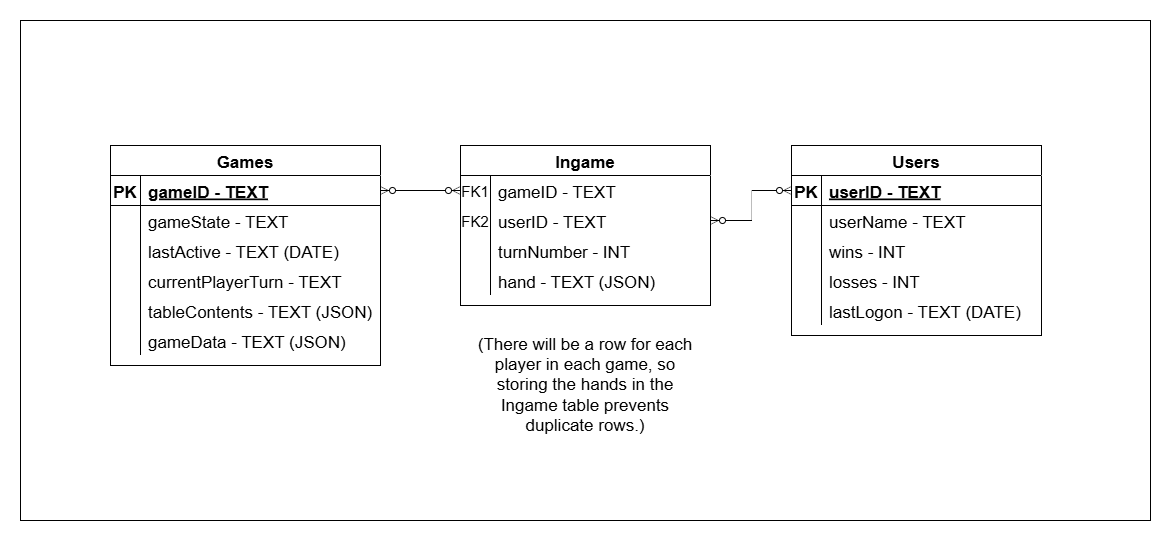
This is ER_Diagram_Preliminary.png from wiz-rd/Rummikub, a draw.io export, as it was before one commit. Source tidied: cells renumbered, new cells last; positions are measured from the earlier drawing's top-left corner, leaving out a move shared by most shapes.
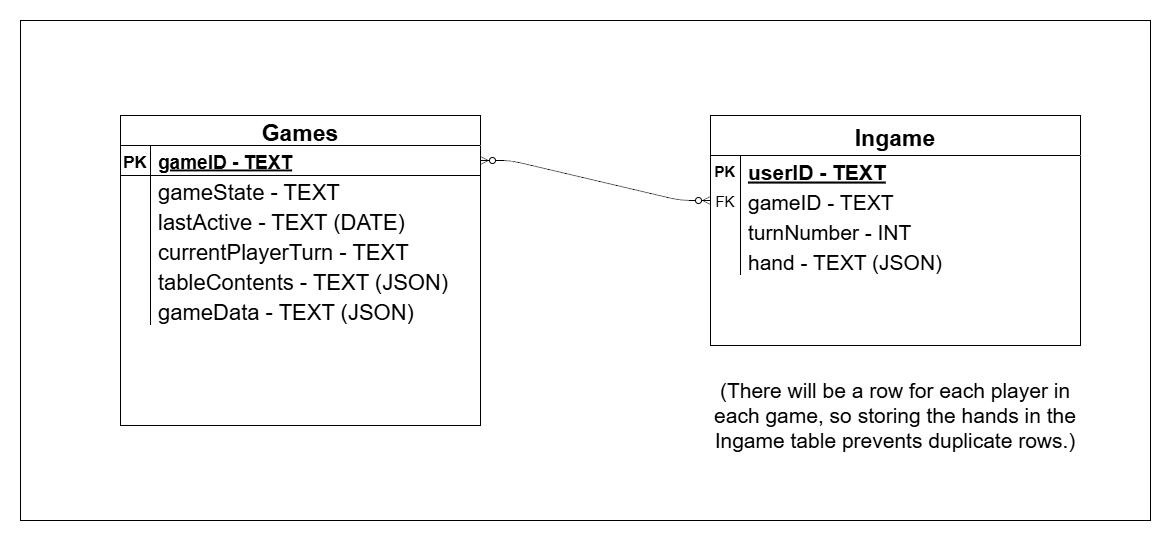
Above is the later version.

Diff of the diagram source:
```diff
@@ -8,155 +8,104 @@
     <mxCell id="3" style="edgeStyle=entityRelationEdgeStyle;endArrow=ERzeroToMany;startArrow=ERzeroToMany;endFill=1;startFill=0;fontSize=17;" parent="1" edge="1" source="34" target="5">
       <mxGeometry relative="1" as="geometry" />
     </mxCell>
-    <mxCell id="4" value="Ingame" style="shape=table;startSize=30;rowLines=0;fontStyle=1;align=center;fontSize=17;" parent="1" vertex="1">
-      <mxGeometry x="440" y="125" width="250" height="160" as="geometry" />
+    <mxCell id="4" value="Ingame" style="shape=table;startSize=40;rowLines=0;fontStyle=1;align=center;fontSize=23;" parent="1" vertex="1">
+      <mxGeometry x="690" y="95" width="370" height="230" as="geometry" />
     </mxCell>
+    <mxCell id="8" style="shape=partialRectangle;fillColor=none;points=[[0,0.5],[1,0.5]];portConstraint=eastwest;top=0;left=0;right=0;bottom=0;fontSize=17;labelBorderColor=none;textShadow=0;labelBackgroundColor=none;" parent="4" vertex="1">
+      <mxGeometry y="40" width="370" height="30" as="geometry" />
+    </mxCell>
+    <mxCell id="9" value="PK" style="shape=partialRectangle;overflow=hidden;fillColor=none;top=0;left=0;bottom=0;right=0;fontSize=15;labelBorderColor=none;fontStyle=1;" parent="8" vertex="1">
+      <mxGeometry width="30" height="30" as="geometry" />
+    </mxCell>
+    <mxCell id="10" value="userID - TEXT" style="shape=partialRectangle;overflow=hidden;fillColor=none;top=0;left=0;bottom=0;right=0;align=left;spacingLeft=6;fontSize=21;labelBorderColor=none;fontStyle=5;" parent="8" vertex="1">
+      <mxGeometry x="30" width="340" height="30" as="geometry" />
+    </mxCell>
     <mxCell id="5" style="shape=partialRectangle;fillColor=none;points=[[0,0.5],[1,0.5]];portConstraint=eastwest;top=0;left=0;right=0;bottom=0;fontSize=17;" parent="4" vertex="1">
-      <mxGeometry y="30" width="250" height="30" as="geometry" />
+      <mxGeometry y="70" width="370" height="30" as="geometry" />
     </mxCell>
-    <mxCell id="6" value="FK1" style="shape=partialRectangle;overflow=hidden;fillColor=none;top=0;left=0;bottom=0;right=0;fontSize=15;" parent="5" vertex="1">
+    <mxCell id="6" value="FK" style="shape=partialRectangle;overflow=hidden;fillColor=none;top=0;left=0;bottom=0;right=0;fontSize=15;" parent="5" vertex="1">
       <mxGeometry width="30" height="30" as="geometry" />
     </mxCell>
-    <mxCell id="7" value="gameID - TEXT" style="shape=partialRectangle;overflow=hidden;fillColor=none;top=0;left=0;bottom=0;right=0;align=left;spacingLeft=6;fontSize=17;" parent="5" vertex="1">
-      <mxGeometry x="30" width="220" height="30" as="geometry" />
+    <mxCell id="7" value="gameID - TEXT" style="shape=partialRectangle;overflow=hidden;fillColor=none;top=0;left=0;bottom=0;right=0;align=left;spacingLeft=6;fontSize=21;" parent="5" vertex="1">
+      <mxGeometry x="30" width="340" height="30" as="geometry" />
     </mxCell>
-    <mxCell id="8" style="shape=partialRectangle;fillColor=none;points=[[0,0.5],[1,0.5]];portConstraint=eastwest;top=0;left=0;right=0;bottom=0;fontSize=17;" parent="4" vertex="1">
-      <mxGeometry y="60" width="250" height="30" as="geometry" />
-    </mxCell>
-    <mxCell id="9" value="FK2" style="shape=partialRectangle;overflow=hidden;fillColor=none;top=0;left=0;bottom=0;right=0;fontSize=15;" parent="8" vertex="1">
-      <mxGeometry width="30" height="30" as="geometry" />
-    </mxCell>
-    <mxCell id="10" value="userID - TEXT" style="shape=partialRectangle;overflow=hidden;fillColor=none;top=0;left=0;bottom=0;right=0;align=left;spacingLeft=6;fontSize=17;" parent="8" vertex="1">
-      <mxGeometry x="30" width="220" height="30" as="geometry" />
-    </mxCell>
     <mxCell id="11" style="shape=partialRectangle;fillColor=none;top=0;left=0;right=0;bottom=0;fontSize=17;" parent="4" vertex="1">
-      <mxGeometry y="90" width="250" height="30" as="geometry" />
+      <mxGeometry y="100" width="370" height="30" as="geometry" />
     </mxCell>
     <mxCell id="12" style="shape=partialRectangle;overflow=hidden;fillColor=none;top=0;left=0;bottom=0;right=0;fontSize=17;" parent="11" vertex="1">
       <mxGeometry width="30" height="30" as="geometry" />
     </mxCell>
-    <mxCell id="13" value="turnNumber - INT" style="shape=partialRectangle;overflow=hidden;fillColor=none;top=0;left=0;bottom=0;right=0;align=left;spacingLeft=6;fontSize=17;" parent="11" vertex="1">
-      <mxGeometry x="30" width="220" height="30" as="geometry" />
+    <mxCell id="13" value="turnNumber - INT" style="shape=partialRectangle;overflow=hidden;fillColor=none;top=0;left=0;bottom=0;right=0;align=left;spacingLeft=6;fontSize=21;" parent="11" vertex="1">
+      <mxGeometry x="30" width="340" height="30" as="geometry" />
     </mxCell>
     <mxCell id="14" style="shape=partialRectangle;fillColor=none;top=0;left=0;right=0;bottom=0;fontSize=17;" parent="4" vertex="1">
-      <mxGeometry y="120" width="250" height="30" as="geometry" />
+      <mxGeometry y="130" width="370" height="30" as="geometry" />
     </mxCell>
     <mxCell id="15" style="shape=partialRectangle;overflow=hidden;fillColor=none;top=0;left=0;bottom=0;right=0;fontSize=17;" parent="14" vertex="1">
       <mxGeometry width="30" height="30" as="geometry" />
     </mxCell>
-    <mxCell id="16" value="hand - TEXT (JSON)" style="shape=partialRectangle;overflow=hidden;fillColor=none;top=0;left=0;bottom=0;right=0;align=left;spacingLeft=6;fontSize=17;" parent="14" vertex="1">
-      <mxGeometry x="30" width="220" height="30" as="geometry" />
+    <mxCell id="16" value="hand - TEXT (JSON)" style="shape=partialRectangle;overflow=hidden;fillColor=none;top=0;left=0;bottom=0;right=0;align=left;spacingLeft=6;fontSize=21;" parent="14" vertex="1">
+      <mxGeometry x="30" width="340" height="30" as="geometry" />
     </mxCell>
-    <mxCell id="17" value="Users" style="shape=table;startSize=30;rowLines=0;fontStyle=1;align=center;fontSize=17;" parent="1" vertex="1">
-      <mxGeometry x="771" y="125" width="250" height="190" as="geometry" />
-    </mxCell>
-    <mxCell id="18" style="shape=partialRectangle;fillColor=none;points=[[0,0.5],[1,0.5]];portConstraint=eastwest;top=0;left=0;right=0;bottom=1;fontSize=17;" parent="17" vertex="1">
-      <mxGeometry y="30" width="250" height="30" as="geometry" />
-    </mxCell>
-    <mxCell id="19" value="PK" style="shape=partialRectangle;overflow=hidden;fillColor=none;top=0;left=0;bottom=0;right=0;fontStyle=1;fontSize=17;" parent="18" vertex="1">
-      <mxGeometry width="30" height="30" as="geometry" />
-    </mxCell>
-    <mxCell id="20" value="userID - TEXT" style="shape=partialRectangle;overflow=hidden;fillColor=none;top=0;left=0;bottom=0;right=0;align=left;spacingLeft=6;fontStyle=5;fontSize=17;" parent="18" vertex="1">
-      <mxGeometry x="30" width="220" height="30" as="geometry" />
-    </mxCell>
-    <mxCell id="21" style="shape=partialRectangle;fillColor=none;top=0;left=0;right=0;bottom=0;fontSize=17;" parent="17" vertex="1">
-      <mxGeometry y="60" width="250" height="30" as="geometry" />
-    </mxCell>
-    <mxCell id="22" style="shape=partialRectangle;overflow=hidden;fillColor=none;top=0;left=0;bottom=0;right=0;fontSize=17;" parent="21" vertex="1">
-      <mxGeometry width="30" height="30" as="geometry" />
-    </mxCell>
-    <mxCell id="23" value="userName - TEXT" style="shape=partialRectangle;overflow=hidden;fillColor=none;top=0;left=0;bottom=0;right=0;align=left;spacingLeft=6;fontSize=17;" parent="21" vertex="1">
-      <mxGeometry x="30" width="220" height="30" as="geometry" />
-    </mxCell>
-    <mxCell id="24" style="shape=partialRectangle;fillColor=none;top=0;left=0;right=0;bottom=0;fontSize=17;" parent="17" vertex="1">
-      <mxGeometry y="90" width="250" height="30" as="geometry" />
-    </mxCell>
-    <mxCell id="25" style="shape=partialRectangle;overflow=hidden;fillColor=none;top=0;left=0;bottom=0;right=0;fontSize=17;" parent="24" vertex="1">
-      <mxGeometry width="30" height="30" as="geometry" />
-    </mxCell>
-    <mxCell id="26" value="wins - INT" style="shape=partialRectangle;overflow=hidden;fillColor=none;top=0;left=0;bottom=0;right=0;align=left;spacingLeft=6;fontSize=17;" parent="24" vertex="1">
-      <mxGeometry x="30" width="220" height="30" as="geometry" />
-    </mxCell>
-    <mxCell id="27" style="shape=partialRectangle;fillColor=none;top=0;left=0;right=0;bottom=0;fontSize=17;" parent="17" vertex="1">
-      <mxGeometry y="120" width="250" height="30" as="geometry" />
-    </mxCell>
-    <mxCell id="28" style="shape=partialRectangle;overflow=hidden;fillColor=none;top=0;left=0;bottom=0;right=0;fontSize=17;" parent="27" vertex="1">
-      <mxGeometry width="30" height="30" as="geometry" />
-    </mxCell>
-    <mxCell id="29" value="losses - INT" style="shape=partialRectangle;overflow=hidden;fillColor=none;top=0;left=0;bottom=0;right=0;align=left;spacingLeft=6;fontSize=17;" parent="27" vertex="1">
-      <mxGeometry x="30" width="220" height="30" as="geometry" />
-    </mxCell>
-    <mxCell id="30" style="shape=partialRectangle;fillColor=none;top=0;left=0;right=0;bottom=0;fontSize=17;" parent="17" vertex="1">
-      <mxGeometry y="150" width="250" height="30" as="geometry" />
-    </mxCell>
-    <mxCell id="31" style="shape=partialRectangle;overflow=hidden;fillColor=none;top=0;left=0;bottom=0;right=0;fontSize=17;" parent="30" vertex="1">
-      <mxGeometry width="30" height="30" as="geometry" />
-    </mxCell>
-    <mxCell id="32" value="lastLogon - TEXT (DATE)" style="shape=partialRectangle;overflow=hidden;fillColor=none;top=0;left=0;bottom=0;right=0;align=left;spacingLeft=6;fontSize=17;" parent="30" vertex="1">
-      <mxGeometry x="30" width="220" height="30" as="geometry" />
-    </mxCell>
-    <mxCell id="33" value="Games" style="shape=table;startSize=30;rowLines=0;fontStyle=1;align=center;fontSize=17;" parent="1" vertex="1">
-      <mxGeometry x="90" y="125" width="270" height="220" as="geometry" />
+    <mxCell id="33" value="Games" style="shape=table;startSize=30;rowLines=0;fontStyle=1;align=center;fontSize=23;" parent="1" vertex="1">
+      <mxGeometry x="100" y="95" width="360" height="310" as="geometry" />
     </mxCell>
     <mxCell id="34" style="shape=partialRectangle;fillColor=none;points=[[0,0.5],[1,0.5]];portConstraint=eastwest;top=0;left=0;right=0;bottom=1;fontSize=17;" parent="33" vertex="1">
-      <mxGeometry y="30" width="270" height="30" as="geometry" />
+      <mxGeometry y="30" width="360" height="30" as="geometry" />
     </mxCell>
     <mxCell id="35" value="PK" style="shape=partialRectangle;overflow=hidden;fillColor=none;top=0;left=0;bottom=0;right=0;fontStyle=1;fontSize=17;" parent="34" vertex="1">
       <mxGeometry width="30" height="30" as="geometry" />
     </mxCell>
-    <mxCell id="36" value="gameID - TEXT" style="shape=partialRectangle;overflow=hidden;fillColor=none;top=0;left=0;bottom=0;right=0;align=left;spacingLeft=6;fontStyle=5;fontSize=17;" parent="34" vertex="1">
-      <mxGeometry x="30" width="240" height="30" as="geometry" />
+    <mxCell id="36" value="gameID - TEXT" style="shape=partialRectangle;overflow=hidden;fillColor=none;top=0;left=0;bottom=0;right=0;align=left;spacingLeft=6;fontStyle=5;fontSize=19;" parent="34" vertex="1">
+      <mxGeometry x="30" width="330" height="30" as="geometry" />
     </mxCell>
     <mxCell id="37" style="shape=partialRectangle;fillColor=none;top=0;left=0;right=0;bottom=0;fontSize=17;" parent="33" vertex="1">
-      <mxGeometry y="60" width="270" height="30" as="geometry" />
+      <mxGeometry y="60" width="360" height="30" as="geometry" />
     </mxCell>
     <mxCell id="38" style="shape=partialRectangle;overflow=hidden;fillColor=none;top=0;left=0;bottom=0;right=0;fontSize=17;" parent="37" vertex="1">
       <mxGeometry width="30" height="30" as="geometry" />
     </mxCell>
-    <mxCell id="39" value="gameState - TEXT" style="shape=partialRectangle;overflow=hidden;fillColor=none;top=0;left=0;bottom=0;right=0;align=left;spacingLeft=6;fontSize=17;" parent="37" vertex="1">
-      <mxGeometry x="30" width="240" height="30" as="geometry" />
+    <mxCell id="39" value="gameState - TEXT" style="shape=partialRectangle;overflow=hidden;fillColor=none;top=0;left=0;bottom=0;right=0;align=left;spacingLeft=6;fontSize=22;" parent="37" vertex="1">
+      <mxGeometry x="30" width="330" height="30" as="geometry" />
     </mxCell>
     <mxCell id="40" style="shape=partialRectangle;fillColor=none;top=0;left=0;right=0;bottom=0;fontSize=17;" parent="33" vertex="1">
-      <mxGeometry y="90" width="270" height="30" as="geometry" />
+      <mxGeometry y="90" width="360" height="30" as="geometry" />
     </mxCell>
     <mxCell id="41" style="shape=partialRectangle;overflow=hidden;fillColor=none;top=0;left=0;bottom=0;right=0;fontSize=17;" parent="40" vertex="1">
       <mxGeometry width="30" height="30" as="geometry" />
     </mxCell>
-    <mxCell id="42" value="lastActive - TEXT (DATE)" style="shape=partialRectangle;overflow=hidden;fillColor=none;top=0;left=0;bottom=0;right=0;align=left;spacingLeft=6;fontSize=17;" parent="40" vertex="1">
-      <mxGeometry x="30" width="240" height="30" as="geometry" />
+    <mxCell id="42" value="lastActive - TEXT (DATE)" style="shape=partialRectangle;overflow=hidden;fillColor=none;top=0;left=0;bottom=0;right=0;align=left;spacingLeft=6;fontSize=22;" parent="40" vertex="1">
+      <mxGeometry x="30" width="330" height="30" as="geometry" />
     </mxCell>
     <mxCell id="43" style="shape=partialRectangle;fillColor=none;top=0;left=0;right=0;bottom=0;fontSize=17;" parent="33" vertex="1">
-      <mxGeometry y="120" width="270" height="30" as="geometry" />
+      <mxGeometry y="120" width="360" height="30" as="geometry" />
     </mxCell>
     <mxCell id="44" style="shape=partialRectangle;overflow=hidden;fillColor=none;top=0;left=0;bottom=0;right=0;fontSize=17;" parent="43" vertex="1">
       <mxGeometry width="30" height="30" as="geometry" />
     </mxCell>
-    <mxCell id="45" value="currentPlayerTurn - TEXT" style="shape=partialRectangle;overflow=hidden;fillColor=none;top=0;left=0;bottom=0;right=0;align=left;spacingLeft=6;fontSize=17;" parent="43" vertex="1">
-      <mxGeometry x="30" width="240" height="30" as="geometry" />
+    <mxCell id="45" value="currentPlayerTurn - TEXT" style="shape=partialRectangle;overflow=hidden;fillColor=none;top=0;left=0;bottom=0;right=0;align=left;spacingLeft=6;fontSize=22;" parent="43" vertex="1">
+      <mxGeometry x="30" width="330" height="30" as="geometry" />
     </mxCell>
     <mxCell id="46" style="shape=partialRectangle;fillColor=none;top=0;left=0;right=0;bottom=0;fontSize=17;" parent="33" vertex="1">
-      <mxGeometry y="150" width="270" height="30" as="geometry" />
+      <mxGeometry y="150" width="360" height="30" as="geometry" />
     </mxCell>
     <mxCell id="47" style="shape=partialRectangle;overflow=hidden;fillColor=none;top=0;left=0;bottom=0;right=0;fontSize=17;" parent="46" vertex="1">
       <mxGeometry width="30" height="30" as="geometry" />
     </mxCell>
-    <mxCell id="48" value="tableContents - TEXT (JSON)" style="shape=partialRectangle;overflow=hidden;fillColor=none;top=0;left=0;bottom=0;right=0;align=left;spacingLeft=6;fontSize=17;" parent="46" vertex="1">
-      <mxGeometry x="30" width="240" height="30" as="geometry" />
+    <mxCell id="48" value="tableContents - TEXT (JSON)" style="shape=partialRectangle;overflow=hidden;fillColor=none;top=0;left=0;bottom=0;right=0;align=left;spacingLeft=6;fontSize=22;" parent="46" vertex="1">
+      <mxGeometry x="30" width="330" height="30" as="geometry" />
     </mxCell>
     <mxCell id="49" style="shape=partialRectangle;fillColor=none;top=0;left=0;right=0;bottom=0;fontSize=17;" parent="33" vertex="1">
-      <mxGeometry y="180" width="270" height="30" as="geometry" />
+      <mxGeometry y="180" width="360" height="30" as="geometry" />
     </mxCell>
     <mxCell id="50" style="shape=partialRectangle;overflow=hidden;fillColor=none;top=0;left=0;bottom=0;right=0;fontSize=17;" parent="49" vertex="1">
       <mxGeometry width="30" height="30" as="geometry" />
     </mxCell>
-    <mxCell id="51" value="gameData - TEXT (JSON)" style="shape=partialRectangle;overflow=hidden;fillColor=none;top=0;left=0;bottom=0;right=0;align=left;spacingLeft=6;fontSize=17;" parent="49" vertex="1">
-      <mxGeometry x="30" width="240" height="30" as="geometry" />
+    <mxCell id="51" value="gameData - TEXT (JSON)" style="shape=partialRectangle;overflow=hidden;fillColor=none;top=0;left=0;bottom=0;right=0;align=left;spacingLeft=6;fontSize=22;" parent="49" vertex="1">
+      <mxGeometry x="30" width="330" height="30" as="geometry" />
     </mxCell>
-    <mxCell id="52" style="edgeStyle=orthogonalEdgeStyle;rounded=0;jettySize=auto;html=1;exitX=0;exitY=0.5;exitDx=0;exitDy=0;startArrow=ERzeroToMany;startFill=0;endArrow=ERzeroToMany;endFill=0;fontSize=17;" parent="1" edge="1" source="18" target="8">
-      <mxGeometry relative="1" as="geometry" />
-    </mxCell>
-    <mxCell id="53" value="(There will be a row for each player in each game, so storing the hands in the Ingame table prevents duplicate rows.)" style="text;html=1;align=center;verticalAlign=middle;whiteSpace=wrap;rounded=0;fontSize=17;" parent="1" vertex="1">
-      <mxGeometry x="451.2" y="315" width="227.5" height="100" as="geometry" />
+    <mxCell id="53" value="(There will be a row for each player in each game, so storing the hands in the Ingame table prevents duplicate rows.)" style="text;html=1;align=center;verticalAlign=middle;whiteSpace=wrap;rounded=0;fontSize=21;" parent="1" vertex="1">
+      <mxGeometry x="690" y="345" width="370" height="100" as="geometry" />
     </mxCell>
   </root>
 </mxGraphModel>
```
